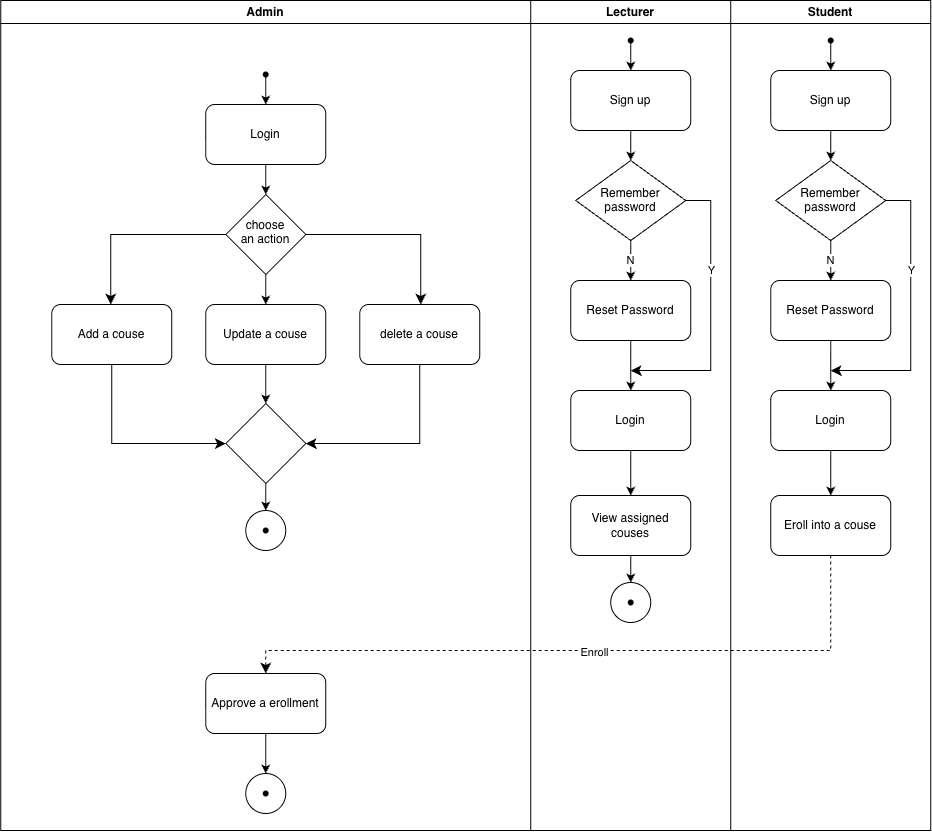
willtbing/Yoobee_MSE800 keeps this draw.io diagram as Week5/Activity 1/College project Activity Diagram.drawio.png. Above is the earlier version. Source tidied: cells renumbered, new cells last; positions are measured from the earlier drawing's top-left corner, leaving out a move shared by most shapes.
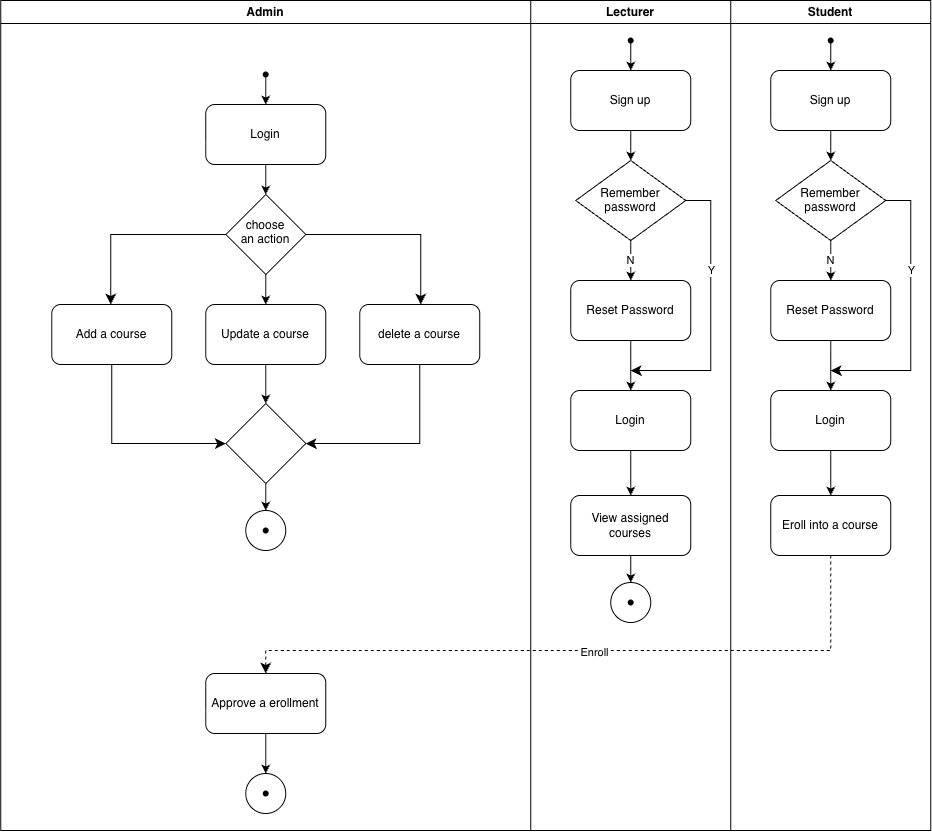
The same file after the commit.

What changed in the source:
```diff
@@ -11,13 +11,13 @@
     <mxCell id="4" style="endArrow=classic;html=1;rounded=0;entryX=0.5;entryY=0;entryDx=0;entryDy=0;" parent="2" edge="1" source="9" target="3">
       <mxGeometry relative="1" as="geometry" />
     </mxCell>
-    <mxCell id="5" value="Add a couse" style="rounded=1;whiteSpace=wrap;html=1;" parent="2" vertex="1">
+    <mxCell id="5" value="Add a course" style="rounded=1;whiteSpace=wrap;html=1;" parent="2" vertex="1">
       <mxGeometry x="51" y="304" width="120" height="60" as="geometry" />
     </mxCell>
-    <mxCell id="6" value="Update a couse" style="rounded=1;whiteSpace=wrap;html=1;" parent="2" vertex="1">
+    <mxCell id="6" value="Update a course" style="rounded=1;whiteSpace=wrap;html=1;" parent="2" vertex="1">
       <mxGeometry x="205" y="304" width="120" height="60" as="geometry" />
     </mxCell>
-    <mxCell id="7" value="delete a couse" style="rounded=1;whiteSpace=wrap;html=1;" parent="2" vertex="1">
+    <mxCell id="7" value="delete a course" style="rounded=1;whiteSpace=wrap;html=1;" parent="2" vertex="1">
       <mxGeometry x="359" y="304" width="120" height="60" as="geometry" />
     </mxCell>
     <mxCell id="8" value="Approve a erollment" style="rounded=1;whiteSpace=wrap;html=1;" parent="2" vertex="1">
@@ -117,7 +117,7 @@
     <mxCell id="34" style="endArrow=classic;html=1;rounded=0;exitX=0.5;exitY=1;exitDx=0;exitDy=0;" parent="25" edge="1" source="31" target="29">
       <mxGeometry relative="1" as="geometry" />
     </mxCell>
-    <mxCell id="35" value="View assigned couses" style="rounded=1;whiteSpace=wrap;html=1;" parent="25" vertex="1">
+    <mxCell id="35" value="View assigned courses" style="rounded=1;whiteSpace=wrap;html=1;" parent="25" vertex="1">
       <mxGeometry x="40" y="495" width="120" height="60" as="geometry" />
     </mxCell>
     <mxCell id="36" style="endArrow=classic;html=1;rounded=0;exitX=0.5;exitY=1;exitDx=0;exitDy=0;entryX=0.5;entryY=0;entryDx=0;entryDy=0;" parent="25" edge="1" source="29" target="35">
@@ -177,7 +177,7 @@
     <mxCell id="51" value="Y" style="edgeLabel;html=1;align=center;verticalAlign=middle;" parent="50" vertex="1">
       <mxGeometry x="-0.31" relative="1" as="geometry" />
     </mxCell>
-    <mxCell id="52" value="Eroll into a couse" style="rounded=1;whiteSpace=wrap;html=1;" parent="40" vertex="1">
+    <mxCell id="52" value="Eroll into a course" style="rounded=1;whiteSpace=wrap;html=1;" parent="40" vertex="1">
       <mxGeometry x="40" y="495" width="120" height="60" as="geometry" />
     </mxCell>
     <mxCell id="53" style="endArrow=classic;html=1;rounded=0;exitX=0.5;exitY=1;exitDx=0;exitDy=0;" parent="40" edge="1" source="44" target="52">
```
